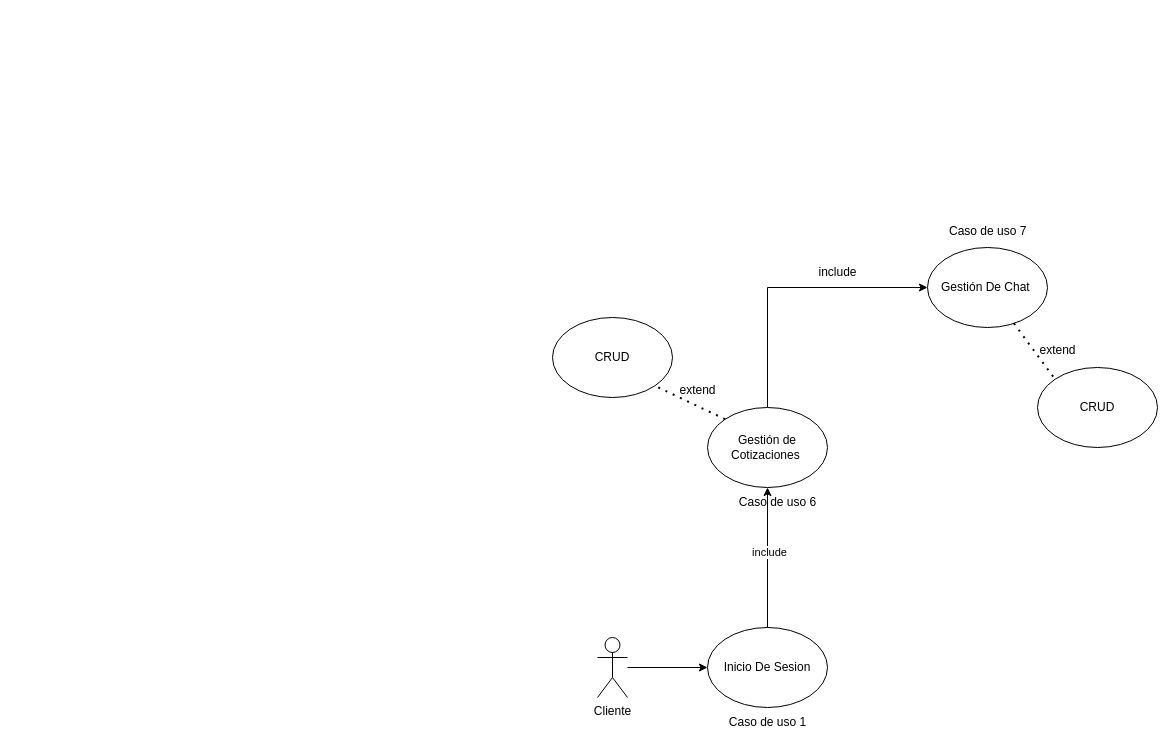
Before: page "Cliente" (4 of 4) of Diagrama General FPC.drawio in Zarpien06/ADSO-FPC, a draw.io diagram. Source tidied: cells renumbered, new cells numbered last; positions are measured from the earlier drawing's top-left corner, leaving out a move shared by most shapes. Both pictures are drawn from the tidied source at 100%, with x=0, y=0 at pixel (552, 217).
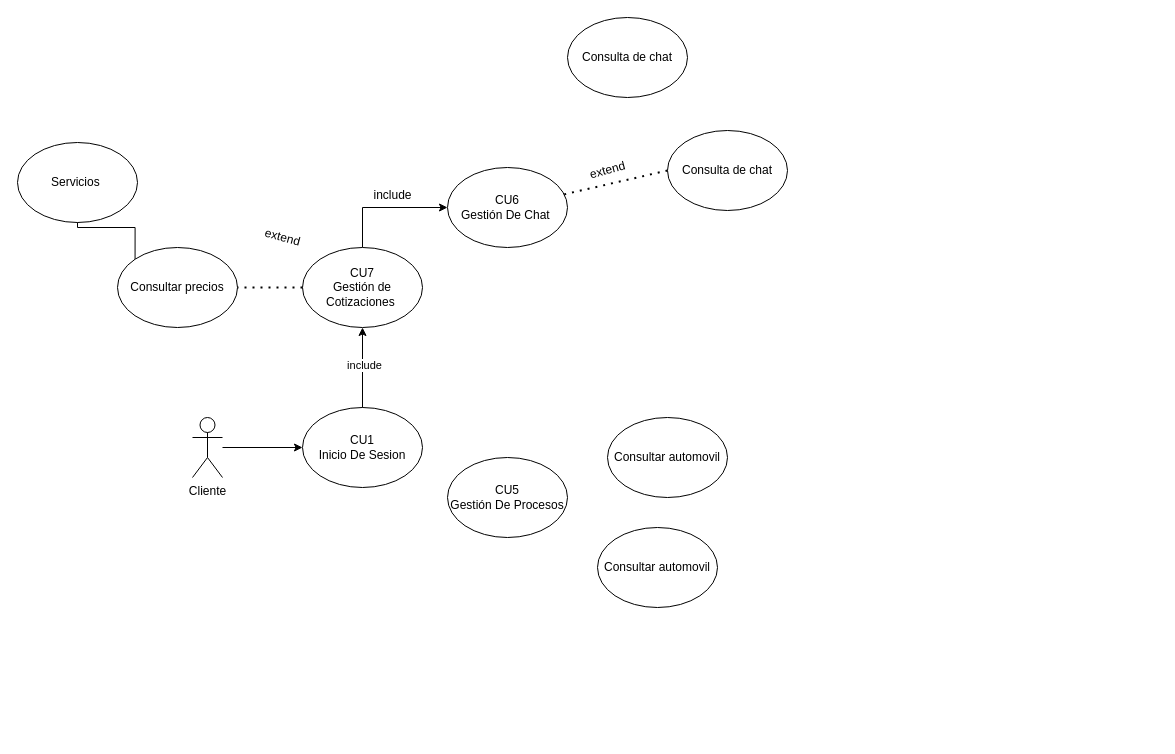
The same diagram, later.

Change to the diagram source:
```diff
@@
     <mxCell id="2" value="Cliente" style="shape=umlActor;verticalLabelPosition=bottom;verticalAlign=top;html=1;outlineConnect=0;" parent="1" vertex="1">
-      <mxGeometry x="45" y="420" width="30" height="60" as="geometry" />
+      <mxGeometry x="-360" y="200" width="30" height="60" as="geometry" />
     </mxCell>
-    <mxCell id="3" value="Inicio De Sesion" style="ellipse;whiteSpace=wrap;html=1;" parent="1" vertex="1">
-      <mxGeometry x="155" y="410" width="120" height="80" as="geometry" />
+    <mxCell id="3" value="CU1&lt;div&gt;Inicio De Sesion&lt;/div&gt;" style="ellipse;whiteSpace=wrap;html=1;" parent="1" vertex="1">
+      <mxGeometry x="-250" y="190" width="120" height="80" as="geometry" />
     </mxCell>
@@
-    <mxCell id="5" value="Gestión de Cotizaciones&amp;nbsp;" style="ellipse;whiteSpace=wrap;html=1;" parent="1" vertex="1">
-      <mxGeometry x="155" y="190" width="120" height="80" as="geometry" />
+    <mxCell id="5" value="CU7&lt;div&gt;Gestión de Cotizaciones&amp;nbsp;&lt;/div&gt;" style="ellipse;whiteSpace=wrap;html=1;" parent="1" vertex="1">
+      <mxGeometry x="-250" y="30" width="120" height="80" as="geometry" />
     </mxCell>
-    <mxCell id="6" value="Gestión De Chat&amp;nbsp;" style="ellipse;whiteSpace=wrap;html=1;" parent="1" vertex="1">
-      <mxGeometry x="375" y="30" width="120" height="80" as="geometry" />
+    <mxCell id="6" value="CU6&lt;div&gt;Gestión De Chat&amp;nbsp;&lt;/div&gt;" style="ellipse;whiteSpace=wrap;html=1;" parent="1" vertex="1">
+      <mxGeometry x="-105" y="-50" width="120" height="80" as="geometry" />
     </mxCell>
@@
-    <mxCell id="10" value="CRUD" style="ellipse;whiteSpace=wrap;html=1;" parent="1" vertex="1">
-      <mxGeometry x="485" y="150" width="120" height="80" as="geometry" />
+    <mxCell id="10" value="Consulta de chat" style="ellipse;whiteSpace=wrap;html=1;" parent="1" vertex="1">
+      <mxGeometry x="115" y="-87" width="120" height="80" as="geometry" />
     </mxCell>
+    <mxCell id="20" style="edgeStyle=orthogonalEdgeStyle;rounded=0;jettySize=auto;html=1;exitX=0;exitY=0;exitDx=0;exitDy=0;entryX=1;entryY=1;entryDx=0;entryDy=0;" parent="1" edge="1" source="11" target="24">
+      <mxGeometry relative="1" as="geometry">
+        <Array as="points">
+          <mxPoint x="-417" y="10" />
+          <mxPoint x="-475" y="10" />
+          <mxPoint x="-475" y="-7" />
+        </Array>
+      </mxGeometry>
+    </mxCell>
-    <mxCell id="11" value="CRUD" style="ellipse;whiteSpace=wrap;html=1;" parent="1" vertex="1">
-      <mxGeometry y="100" width="120" height="80" as="geometry" />
+    <mxCell id="11" value="Consultar precios" style="ellipse;whiteSpace=wrap;html=1;" parent="1" vertex="1">
+      <mxGeometry x="-435" y="30" width="120" height="80" as="geometry" />
     </mxCell>
-    <mxCell id="12" style="endArrow=none;dashed=1;html=1;dashPattern=1 3;strokeWidth=2;rounded=0;entryX=1;entryY=1;entryDx=0;entryDy=0;exitX=0;exitY=0;exitDx=0;exitDy=0;" parent="1" edge="1" source="5" target="11">
+    <mxCell id="12" style="endArrow=none;dashed=1;html=1;dashPattern=1 3;strokeWidth=2;rounded=0;entryX=1;entryY=0.5;entryDx=0;entryDy=0;exitX=0;exitY=0.5;exitDx=0;exitDy=0;" parent="1" edge="1" source="5" target="11">
       <mxGeometry relative="1" as="geometry" />
     </mxCell>
-    <mxCell id="13" style="endArrow=none;dashed=1;html=1;dashPattern=1 3;strokeWidth=2;rounded=0;entryX=0;entryY=0;entryDx=0;entryDy=0;" parent="1" edge="1" source="6" target="10">
+    <mxCell id="13" style="endArrow=none;dashed=1;html=1;dashPattern=1 3;strokeWidth=2;rounded=0;entryX=0;entryY=0.5;entryDx=0;entryDy=0;" parent="1" edge="1" source="6" target="10">
       <mxGeometry relative="1" as="geometry" />
     </mxCell>
-    <mxCell id="14" value="Caso de uso 1" style="text;html=1;align=center;verticalAlign=middle;strokeColor=none;fillColor=none;" parent="1" vertex="1">
-      <mxGeometry x="165" y="490" width="100" height="30" as="geometry" />
-    </mxCell>
-    <mxCell id="15" value="extend" style="text;html=1;align=center;verticalAlign=middle;strokeColor=none;fillColor=none;" parent="1" vertex="1">
-      <mxGeometry x="115" y="158" width="60" height="30" as="geometry" />
+    <mxCell id="15" value="extend" style="text;html=1;align=center;verticalAlign=middle;strokeColor=none;fillColor=none;rotation=15;" parent="1" vertex="1">
+      <mxGeometry x="-300" y="5" width="60" height="30" as="geometry" />
     </mxCell>
-    <mxCell id="16" value="Caso de uso 6" style="text;html=1;align=center;verticalAlign=middle;strokeColor=none;fillColor=none;" parent="1" vertex="1">
-      <mxGeometry x="175" y="270" width="100" height="30" as="geometry" />
-    </mxCell>
     <mxCell id="17" value="include" style="text;html=1;align=center;verticalAlign=middle;strokeColor=none;fillColor=none;" parent="1" vertex="1">
-      <mxGeometry x="255" y="40" width="60" height="30" as="geometry" />
+      <mxGeometry x="-190" y="-37" width="60" height="30" as="geometry" />
     </mxCell>
-    <mxCell id="18" value="extend" style="text;html=1;align=center;verticalAlign=middle;strokeColor=none;fillColor=none;" parent="1" vertex="1">
-      <mxGeometry x="475" y="118" width="60" height="30" as="geometry" />
+    <mxCell id="18" value="extend" style="text;html=1;align=center;verticalAlign=middle;strokeColor=none;fillColor=none;rotation=-15;" parent="1" vertex="1">
+      <mxGeometry x="25" y="-62" width="60" height="30" as="geometry" />
     </mxCell>
-    <mxCell id="19" value="&lt;span style=&quot;color: rgb(0, 0, 0); font-family: Helvetica; font-size: 12px; font-style: normal; font-variant-ligatures: normal; font-variant-caps: normal; font-weight: 400; letter-spacing: normal; orphans: 2; text-align: center; text-indent: 0px; text-transform: none; widows: 2; word-spacing: 0px; -webkit-text-stroke-width: 0px; white-space: nowrap; background-color: rgb(251, 251, 251); text-decoration-thickness: initial; text-decoration-style: initial; text-decoration-color: initial; display: inline !important; float: none;&quot;&gt;Caso de uso 7&lt;/span&gt;" style="text;whiteSpace=wrap;html=1;" parent="1" vertex="1">
-      <mxGeometry x="395" width="110" height="40" as="geometry" />
-    </mxCell>
+    <mxCell id="21" value="CU5&lt;div&gt;Gestión De Procesos&lt;/div&gt;" style="ellipse;whiteSpace=wrap;html=1;" parent="1" vertex="1">
+      <mxGeometry x="-105" y="240" width="120" height="80" as="geometry" />
+    </mxCell>
+    <mxCell id="22" value="Consultar automovil" style="ellipse;whiteSpace=wrap;html=1;" parent="1" vertex="1">
+      <mxGeometry x="55" y="200" width="120" height="80" as="geometry" />
+    </mxCell>
+    <mxCell id="23" value="Consultar automovil" style="ellipse;whiteSpace=wrap;html=1;" parent="1" vertex="1">
+      <mxGeometry x="45" y="310" width="120" height="80" as="geometry" />
+    </mxCell>
+    <mxCell id="24" value="Servicios&amp;nbsp;" style="ellipse;whiteSpace=wrap;html=1;" parent="1" vertex="1">
+      <mxGeometry x="-535" y="-75" width="120" height="80" as="geometry" />
+    </mxCell>
+    <mxCell id="25" value="Consulta de chat" style="ellipse;whiteSpace=wrap;html=1;" parent="1" vertex="1">
+      <mxGeometry x="15" y="-200" width="120" height="80" as="geometry" />
+    </mxCell>
```
